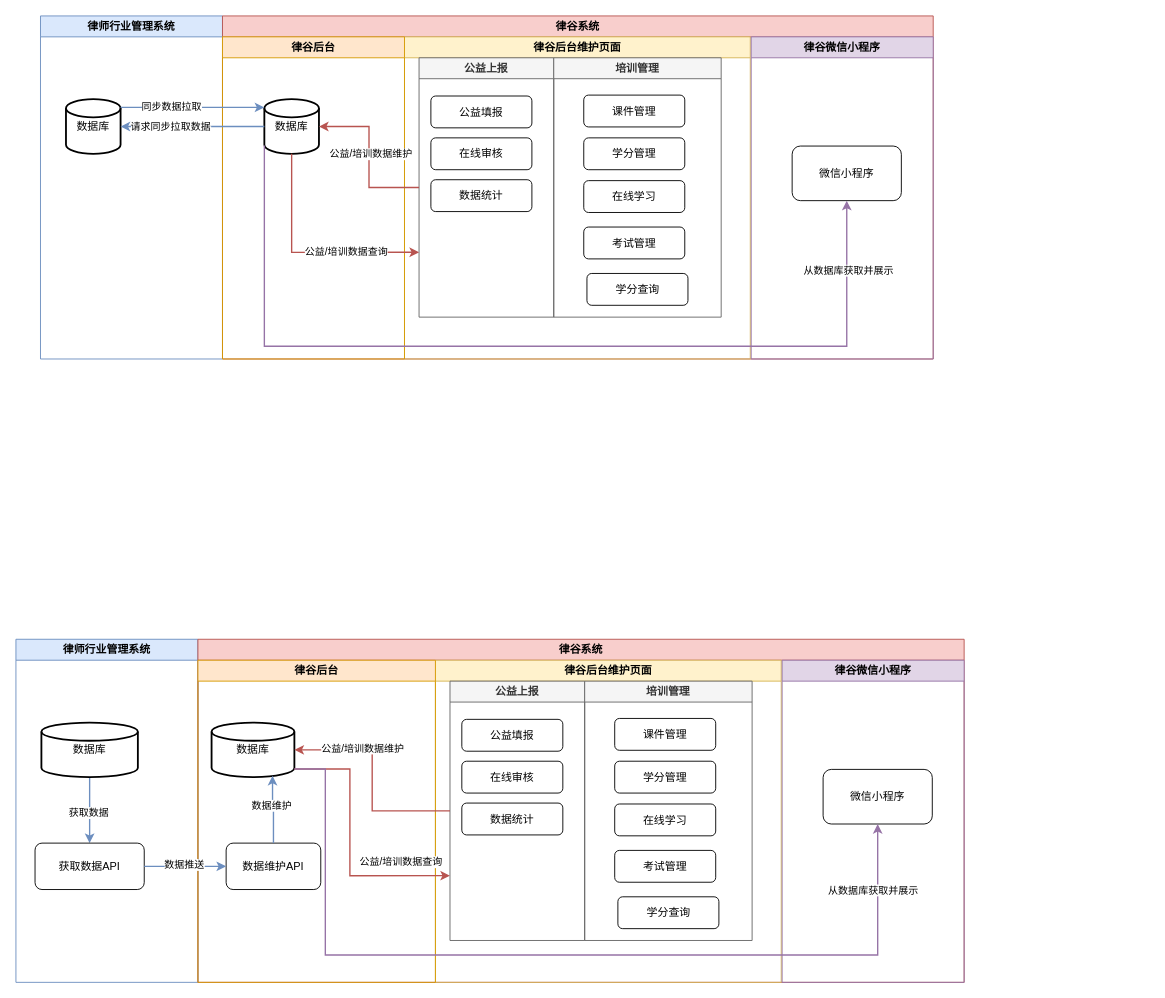
Earlier version of the draw.io diagram 未命名绘图.drawio (hy986/Repo_0110). Source tidied: cells renumbered, new cells numbered last; positions are measured from the earlier drawing's top-left corner, leaving out a move shared by most shapes. Both pictures are drawn from the tidied source at 91%, with x=0, y=0 at pixel (15, 15).
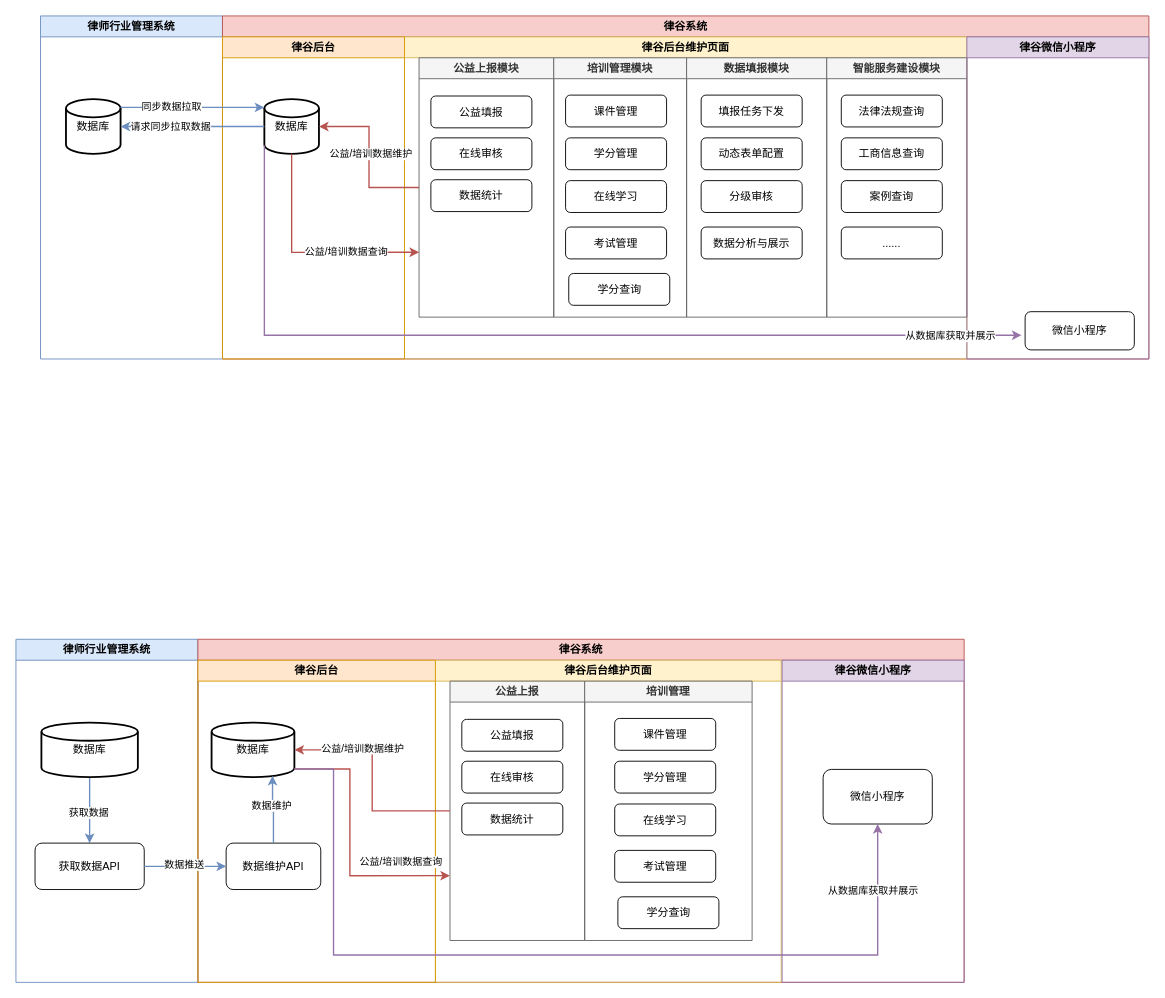
Above is the later version.

Commit message:
更新未命名绘图.drawio

Unchanged cells that the change refers to:
```xml
<mxCell id="17" value="数据库" style="strokeWidth=2;html=1;shape=mxgraph.flowchart.database;whiteSpace=wrap;" parent="16" vertex="1">
  <mxGeometry x="46" y="68.5" width="60" height="60" as="geometry" />
</mxCell>
<mxCell id="35" value="律谷系统" style="swimlane;whiteSpace=wrap;html=1;fillColor=#f8cecc;strokeColor=#b85450;" parent="1" vertex="1">
  <mxGeometry x="200" y="685" width="842" height="377" as="geometry" />
</mxCell>
<mxCell id="48" value="数据库" style="strokeWidth=2;html=1;shape=mxgraph.flowchart.database;whiteSpace=wrap;" parent="47" vertex="1">
  <mxGeometry x="15" y="68.5" width="91" height="60" as="geometry" />
</mxCell>
<mxCell id="53" value="微信小程序" style="rounded=1;whiteSpace=wrap;html=1;" parent="52" vertex="1">
  <mxGeometry x="45" y="120" width="120" height="60" as="geometry" />
</mxCell>
```

What changed in the source:
```diff
@@
     <mxCell id="4" value="律谷系统" style="swimlane;whiteSpace=wrap;html=1;fillColor=#f8cecc;strokeColor=#b85450;" parent="1" vertex="1">
-      <mxGeometry x="227" width="781" height="377" as="geometry" />
+      <mxGeometry x="227" width="1018" height="377" as="geometry" />
     </mxCell>
     <mxCell id="5" value="律谷后台维护页面" style="swimlane;whiteSpace=wrap;html=1;fillColor=#fff2cc;strokeColor=#d6b656;" parent="4" vertex="1">
-      <mxGeometry x="200" y="23" width="380" height="354" as="geometry" />
+      <mxGeometry x="200" y="23" width="618" height="354" as="geometry" />
     </mxCell>
-    <mxCell id="6" value="公益上报" style="swimlane;whiteSpace=wrap;html=1;fillColor=#f5f5f5;fontColor=#333333;strokeColor=#666666;" parent="5" vertex="1">
+    <mxCell id="6" value="公益上报模块" style="swimlane;whiteSpace=wrap;html=1;fillColor=#f5f5f5;fontColor=#333333;strokeColor=#666666;" parent="5" vertex="1">
       <mxGeometry x="16" y="23" width="148" height="285" as="geometry" />
     </mxCell>
@@
-    <mxCell id="10" value="培训管理" style="swimlane;whiteSpace=wrap;html=1;fillColor=#f5f5f5;fontColor=#333333;strokeColor=#666666;" parent="5" vertex="1">
-      <mxGeometry x="164" y="23" width="184" height="285" as="geometry" />
+    <mxCell id="10" value="培训管理模块" style="swimlane;whiteSpace=wrap;html=1;fillColor=#f5f5f5;fontColor=#333333;strokeColor=#666666;" parent="5" vertex="1">
+      <mxGeometry x="164" y="23" width="146" height="285" as="geometry" />
     </mxCell>
     <mxCell id="11" value="课件管理" style="rounded=1;whiteSpace=wrap;html=1;" parent="10" vertex="1">
-      <mxGeometry x="33" y="41" width="111" height="35" as="geometry" />
+      <mxGeometry x="13" y="41" width="111" height="35" as="geometry" />
     </mxCell>
     <mxCell id="12" value="学分管理" style="rounded=1;whiteSpace=wrap;html=1;" parent="10" vertex="1">
-      <mxGeometry x="33" y="88" width="111" height="35" as="geometry" />
+      <mxGeometry x="13" y="88" width="111" height="35" as="geometry" />
     </mxCell>
     <mxCell id="13" value="在线学习" style="rounded=1;whiteSpace=wrap;html=1;" parent="10" vertex="1">
-      <mxGeometry x="33" y="135" width="111" height="35" as="geometry" />
+      <mxGeometry x="13" y="135" width="111" height="35" as="geometry" />
     </mxCell>
     <mxCell id="14" value="考试管理" style="rounded=1;whiteSpace=wrap;html=1;" parent="10" vertex="1">
-      <mxGeometry x="33" y="186" width="111" height="35" as="geometry" />
+      <mxGeometry x="13" y="186" width="111" height="35" as="geometry" />
     </mxCell>
     <mxCell id="15" value="学分查询" style="rounded=1;whiteSpace=wrap;html=1;" parent="10" vertex="1">
-      <mxGeometry x="36.5" y="237" width="111" height="35" as="geometry" />
+      <mxGeometry x="16.5" y="237" width="111" height="35" as="geometry" />
     </mxCell>
+    <mxCell id="62" value="数据填报模块" style="swimlane;whiteSpace=wrap;html=1;fillColor=#f5f5f5;fontColor=#333333;strokeColor=#666666;" parent="5" vertex="1">
+      <mxGeometry x="310" y="23" width="154" height="285" as="geometry" />
+    </mxCell>
+    <mxCell id="63" value="填报任务下发" style="rounded=1;whiteSpace=wrap;html=1;" parent="62" vertex="1">
+      <mxGeometry x="16" y="41" width="111" height="35" as="geometry" />
+    </mxCell>
+    <mxCell id="64" value="动态表单配置" style="rounded=1;whiteSpace=wrap;html=1;" parent="62" vertex="1">
+      <mxGeometry x="16" y="88" width="111" height="35" as="geometry" />
+    </mxCell>
+    <mxCell id="65" value="分级审核" style="rounded=1;whiteSpace=wrap;html=1;" parent="62" vertex="1">
+      <mxGeometry x="16" y="135" width="111" height="35" as="geometry" />
+    </mxCell>
+    <mxCell id="66" value="数据分析与展示" style="rounded=1;whiteSpace=wrap;html=1;" parent="62" vertex="1">
+      <mxGeometry x="16" y="186" width="111" height="35" as="geometry" />
+    </mxCell>
+    <mxCell id="67" value="智能服务建设模块" style="swimlane;whiteSpace=wrap;html=1;fillColor=#f5f5f5;fontColor=#333333;strokeColor=#666666;" parent="5" vertex="1">
+      <mxGeometry x="464" y="23" width="154" height="285" as="geometry" />
+    </mxCell>
+    <mxCell id="68" value="法律法规查询" style="rounded=1;whiteSpace=wrap;html=1;" parent="67" vertex="1">
+      <mxGeometry x="16" y="41" width="111" height="35" as="geometry" />
+    </mxCell>
+    <mxCell id="69" value="工商信息查询" style="rounded=1;whiteSpace=wrap;html=1;" parent="67" vertex="1">
+      <mxGeometry x="16" y="88" width="111" height="35" as="geometry" />
+    </mxCell>
+    <mxCell id="70" value="案例查询" style="rounded=1;whiteSpace=wrap;html=1;" parent="67" vertex="1">
+      <mxGeometry x="16" y="135" width="111" height="35" as="geometry" />
+    </mxCell>
+    <mxCell id="71" value="......" style="rounded=1;whiteSpace=wrap;html=1;" parent="67" vertex="1">
+      <mxGeometry x="16" y="186" width="111" height="35" as="geometry" />
+    </mxCell>
@@
     <mxCell id="18" value="律谷微信小程序" style="swimlane;whiteSpace=wrap;html=1;fillColor=#e1d5e7;strokeColor=#9673a6;" parent="4" vertex="1">
-      <mxGeometry x="581" y="23" width="200" height="354" as="geometry" />
+      <mxGeometry x="818" y="23" width="200" height="354" as="geometry" />
     </mxCell>
     <mxCell id="19" value="微信小程序" style="rounded=1;whiteSpace=wrap;html=1;" parent="18" vertex="1">
-      <mxGeometry x="45" y="120" width="120" height="60" as="geometry" />
+      <mxGeometry x="64" y="302" width="120" height="42" as="geometry" />
     </mxCell>
@@
-    <mxCell id="24" style="edgeStyle=orthogonalEdgeStyle;rounded=0;jettySize=auto;html=1;exitX=0;exitY=0.85;exitDx=0;exitDy=0;exitPerimeter=0;entryX=0.5;entryY=1;entryDx=0;entryDy=0;fillColor=#e1d5e7;strokeColor=#9673a6;strokeWidth=1.5;" parent="4" edge="1" source="17" target="19">
+    <mxCell id="24" style="edgeStyle=orthogonalEdgeStyle;rounded=0;jettySize=auto;html=1;exitX=0;exitY=0.85;exitDx=0;exitDy=0;exitPerimeter=0;entryX=-0.033;entryY=0.617;entryDx=0;entryDy=0;fillColor=#e1d5e7;strokeColor=#9673a6;strokeWidth=1.5;entryPerimeter=0;" parent="4" edge="1" source="17" target="19">
       <mxGeometry relative="1" as="geometry">
         <Array as="points">
-          <mxPoint x="46" y="363" />
-          <mxPoint x="686" y="363" />
+          <mxPoint x="46" y="351" />
         </Array>
       </mxGeometry>
     </mxCell>
@@
     <mxCell id="58" style="edgeStyle=orthogonalEdgeStyle;rounded=0;jettySize=auto;html=1;exitX=1;exitY=0.85;exitDx=0;exitDy=0;exitPerimeter=0;entryX=0.5;entryY=1;entryDx=0;entryDy=0;fillColor=#e1d5e7;strokeColor=#9673a6;strokeWidth=1.5;" parent="35" edge="1" source="48" target="53">
       <mxGeometry relative="1" as="geometry">
         <Array as="points">
-          <mxPoint x="140" y="143" />
-          <mxPoint x="140" y="347" />
+          <mxPoint x="149" y="143" />
+          <mxPoint x="149" y="347" />
           <mxPoint x="747" y="347" />
         </Array>
       </mxGeometry>
     </mxCell>
```
